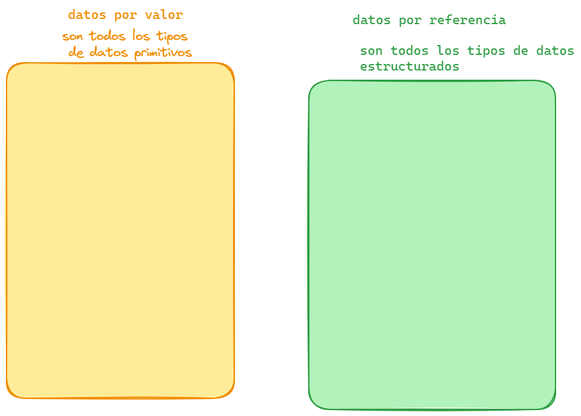
eber28/curso-python keeps this Excalidraw diagram as tipos_datos_estructurados/.excalidraw.png. Above is the earlier version. Source tidied: one line per element, renumbered; positions are measured from the earlier drawing's top-left corner, leaving out a move shared by most shapes.
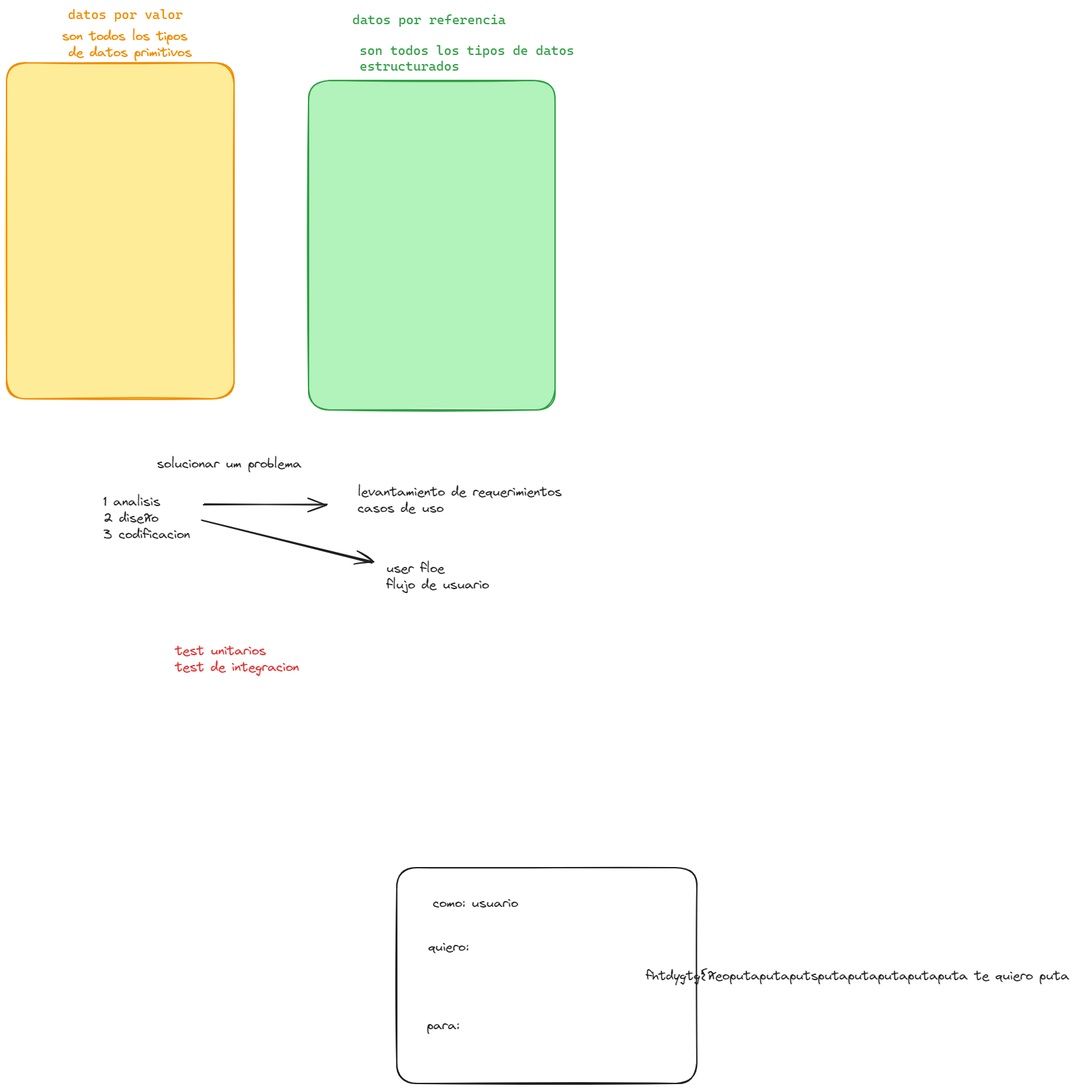
The same file after the commit.

Diff of the diagram source:
```diff
@@ -4,3 +4,15 @@
 {"id": 3, "type": "rectangle", "strokeColor": "#2f9e44", "backgroundColor": "#b2f2bb", "fillStyle": "solid", "strokeWidth": 2, "roughness": 1, "round": true, "x": 462, "y": 113, "width": 377, "height": 504}
 {"id": 4, "type": "text", "text": "son todos los tipos\n de datos primitivos", "strokeColor": "#f08c00", "backgroundColor": "#ffec99", "fillStyle": "solid", "strokeWidth": 2, "roughness": 1, "fontSize": 20, "fontFamily": 1, "x": 85, "y": 33, "width": 198, "height": 50}
 {"id": 5, "type": "text", "text": "son todos los tipos de datos\nestructurados", "strokeColor": "#2f9e44", "backgroundColor": "#ffec99", "fillStyle": "solid", "strokeWidth": 2, "roughness": 1, "fontSize": 20, "fontFamily": 3, "x": 540, "y": 55, "width": 328, "height": 48}
+{"id": 6, "type": "text", "text": "1 analisis\n2 diseño\n3 codificacion", "strokeColor": "#1e1e1e", "strokeWidth": 2, "roughness": 1, "fontSize": 20, "fontFamily": 1, "x": 148, "y": 745, "width": 133, "height": 75}
+{"id": 7, "type": "text", "text": "solucionar um problema", "strokeColor": "#1e1e1e", "strokeWidth": 2, "roughness": 1, "fontSize": 20, "fontFamily": 1, "x": 230, "y": 687, "width": 221, "height": 25}
+{"id": 8, "type": "arrow", "strokeColor": "#1e1e1e", "strokeWidth": 2, "roughness": 1, "endArrowhead": "arrow", "round": true, "x": 302, "y": 762, "width": 189, "height": 0, "points": [[0, 0], [189, 0]]}
+{"id": 9, "type": "arrow", "strokeColor": "#1e1e1e", "strokeWidth": 2, "roughness": 1, "endArrowhead": "arrow", "round": true, "x": 300, "y": 785, "width": 260, "height": 65, "points": [[0, 0], [260, 65]]}
+{"id": 10, "type": "text", "text": "user floe\nflujo de usuario", "strokeColor": "#1e1e1e", "strokeWidth": 2, "roughness": 1, "fontSize": 20, "fontFamily": 1, "x": 581, "y": 847, "width": 157, "height": 50}
+{"id": 11, "type": "text", "text": "levantamiento de requerimientos\ncasos de uso", "strokeColor": "#1e1e1e", "strokeWidth": 2, "roughness": 1, "fontSize": 20, "fontFamily": 1, "x": 537, "y": 730, "width": 312, "height": 50}
+{"id": 12, "type": "text", "text": "test unitarios\ntest de integracion", "strokeColor": "#e03131", "strokeWidth": 2, "roughness": 1, "fontSize": 20, "fontFamily": 1, "x": 258, "y": 973, "width": 189, "height": 50}
+{"id": 13, "type": "rectangle", "strokeColor": "#1e1e1e", "strokeWidth": 2, "roughness": 1, "round": true, "x": 597, "y": 1317, "width": 459, "height": 330}
+{"id": 14, "type": "text", "text": "como: usuario ", "strokeColor": "#1e1e1e", "strokeWidth": 2, "roughness": 1, "fontSize": 20, "fontFamily": 1, "x": 652, "y": 1359, "width": 141, "height": 25}
+{"id": 15, "type": "text", "text": "quiero:", "strokeColor": "#1e1e1e", "strokeWidth": 2, "roughness": 1, "fontSize": 20, "fontFamily": 1, "x": 645, "y": 1426, "width": 62, "height": 25}
+{"id": 16, "type": "text", "text": "para:", "strokeColor": "#1e1e1e", "strokeWidth": 2, "roughness": 1, "fontSize": 20, "fontFamily": 1, "x": 643, "y": 1546, "width": 50, "height": 25}
+{"id": 17, "type": "text", "text": "fhtdygtg{ñeoputaputaputsputaputaputaputaputa te quiero puta ", "strokeColor": "#1e1e1e", "strokeWidth": 2, "roughness": 1, "fontSize": 20, "fontFamily": 1, "x": 978, "y": 1470, "width": 658, "height": 25}
```
